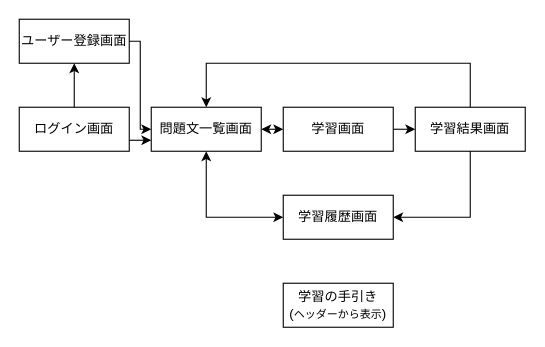
Before: page "ページ1" (1 of 2) of screen_flow.dio in keisuke10009/ai_study, a draw.io diagram. Source tidied: cells renumbered, new cells numbered last; positions are measured from the earlier drawing's top-left corner, leaving out a move shared by most shapes. Both pictures are drawn from the tidied source at 110%, with x=0, y=0 at pixel (19, 19).
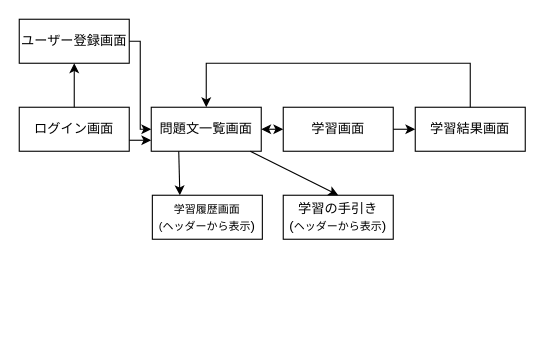
Above is the later version.

Commit message (it also covers changes not shown here):
画面遷移図を修正

The change refers to these unchanged cells:
```xml
<mxCell id="4" value="問題文一覧画面" style="whiteSpace=wrap;html=1;align=center;" parent="1" vertex="1">
  <mxGeometry x="120" y="80" width="100" height="40" as="geometry" />
</mxCell>
<mxCell id="5" value="学習画面" style="whiteSpace=wrap;html=1;align=center;" parent="1" vertex="1">
  <mxGeometry x="240" y="80" width="100" height="40" as="geometry" />
</mxCell>
<mxCell id="6" value="学習結果画面" style="whiteSpace=wrap;html=1;align=center;" parent="1" vertex="1">
  <mxGeometry x="360" y="80" width="100" height="40" as="geometry" />
</mxCell>
```

What changed in the source:
```diff
@@
-    <mxCell id="7" value="学習履歴画面" style="whiteSpace=wrap;html=1;align=center;" parent="1" vertex="1">
-      <mxGeometry x="240" y="160" width="100" height="40" as="geometry" />
+    <mxCell id="7" value="&lt;font style=&quot;font-size: 10px;&quot;&gt;学習履歴画面&lt;br&gt;(ヘッダーから表示&lt;/font&gt;)" style="whiteSpace=wrap;html=1;align=center;" parent="1" vertex="1">
+      <mxGeometry x="121" y="160" width="100" height="40" as="geometry" />
     </mxCell>
     <mxCell id="8" value="学習の手引き&lt;br&gt;(&lt;font style=&quot;font-size: 10px;&quot;&gt;ヘッダーから表示&lt;/font&gt;)" style="whiteSpace=wrap;html=1;align=center;" parent="1" vertex="1">
-      <mxGeometry x="240" y="240" width="100" height="40" as="geometry" />
+      <mxGeometry x="240" y="160" width="100" height="40" as="geometry" />
     </mxCell>
@@
+    <mxCell id="14" style="endArrow=classic;html=1;rounded=0;edgeStyle=elbowEdgeStyle;entryX=0;entryY=0.5;entryDx=0;entryDy=0;exitX=1;exitY=0.5;exitDx=0;exitDy=0;startArrow=none;startFill=0;endFill=1;" parent="1" edge="1" source="5" target="6">
+      <mxGeometry relative="1" as="geometry" />
+    </mxCell>
+    <mxCell id="16" style="endArrow=none;html=1;rounded=0;entryX=0.5;entryY=0;entryDx=0;entryDy=0;exitX=0.5;exitY=0;exitDx=0;exitDy=0;edgeStyle=elbowEdgeStyle;elbow=vertical;startArrow=classic;startFill=1;" parent="1" edge="1" source="4" target="6">
+      <mxGeometry relative="1" as="geometry">
+        <Array as="points">
+          <mxPoint x="290" y="40" />
+        </Array>
+      </mxGeometry>
+    </mxCell>
-    <mxCell id="13" style="endArrow=classic;html=1;rounded=0;edgeStyle=elbowEdgeStyle;exitX=0.5;exitY=1;exitDx=0;exitDy=0;entryX=0;entryY=0.5;entryDx=0;entryDy=0;endFill=1;startArrow=classic;startFill=1;" parent="1" edge="1" source="4" target="7">
-      <mxGeometry relative="1" as="geometry">
-        <Array as="points">
-          <mxPoint x="170" y="150" />
-        </Array>
-      </mxGeometry>
+    <mxCell id="13" style="endArrow=classic;html=1;fontSize=10;exitX=0.25;exitY=1;exitDx=0;exitDy=0;entryX=0.25;entryY=0;entryDx=0;entryDy=0;" parent="1" edge="1" source="4" target="7">
+      <mxGeometry relative="1" as="geometry" />
     </mxCell>
-    <mxCell id="14" style="endArrow=classic;html=1;rounded=0;edgeStyle=elbowEdgeStyle;entryX=0;entryY=0.5;entryDx=0;entryDy=0;exitX=1;exitY=0.5;exitDx=0;exitDy=0;startArrow=none;startFill=0;endFill=1;" parent="1" edge="1" source="5" target="6">
-      <mxGeometry relative="1" as="geometry" />
-    </mxCell>
-    <mxCell id="15" style="endArrow=none;html=1;rounded=0;entryX=0.5;entryY=1;entryDx=0;entryDy=0;exitX=1;exitY=0.5;exitDx=0;exitDy=0;startArrow=classic;startFill=1;" parent="1" edge="1" source="7" target="6">
-      <mxGeometry relative="1" as="geometry">
-        <Array as="points">
-          <mxPoint x="410" y="180" />
-        </Array>
-      </mxGeometry>
-    </mxCell>
-    <mxCell id="16" style="endArrow=none;html=1;rounded=0;entryX=0.5;entryY=0;entryDx=0;entryDy=0;exitX=0.5;exitY=0;exitDx=0;exitDy=0;edgeStyle=elbowEdgeStyle;elbow=vertical;startArrow=classic;startFill=1;" parent="1" edge="1" source="4" target="6">
-      <mxGeometry relative="1" as="geometry">
-        <Array as="points">
-          <mxPoint x="290" y="40" />
-        </Array>
-      </mxGeometry>
-    </mxCell>
+    <mxCell id="17" style="endArrow=classic;html=1;fontSize=10;entryX=0.5;entryY=0;entryDx=0;entryDy=0;" parent="1" edge="1" source="4" target="8">
+      <mxGeometry relative="1" as="geometry" />
+    </mxCell>
```
